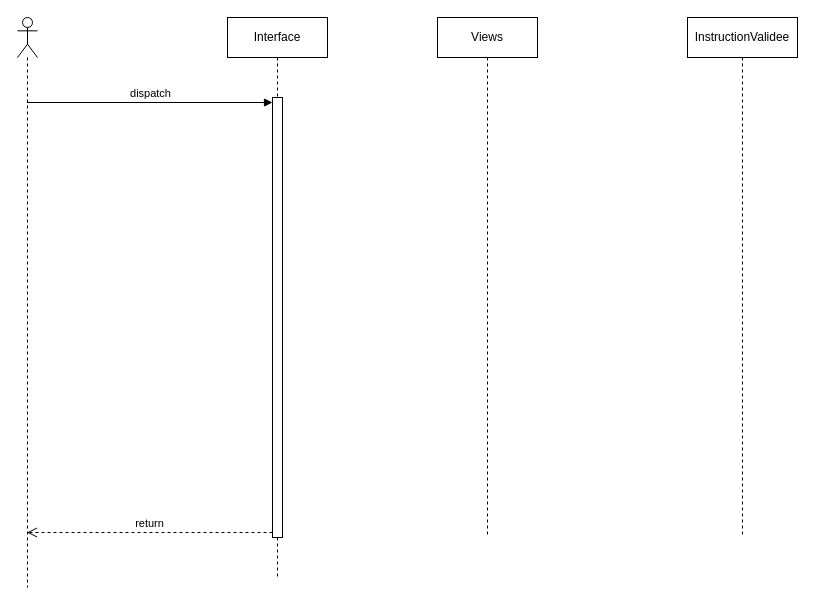
The draw.io diagram apporterMoeuvre_Seq.drawio in CabrelFeukeng/pp, before the edit. Source tidied: cells renumbered, new cells numbered last; positions are measured from the earlier drawing's top-left corner, leaving out a move shared by most shapes. Both pictures are drawn from the tidied source at 100%, with x=0, y=0 at pixel (17, 17).
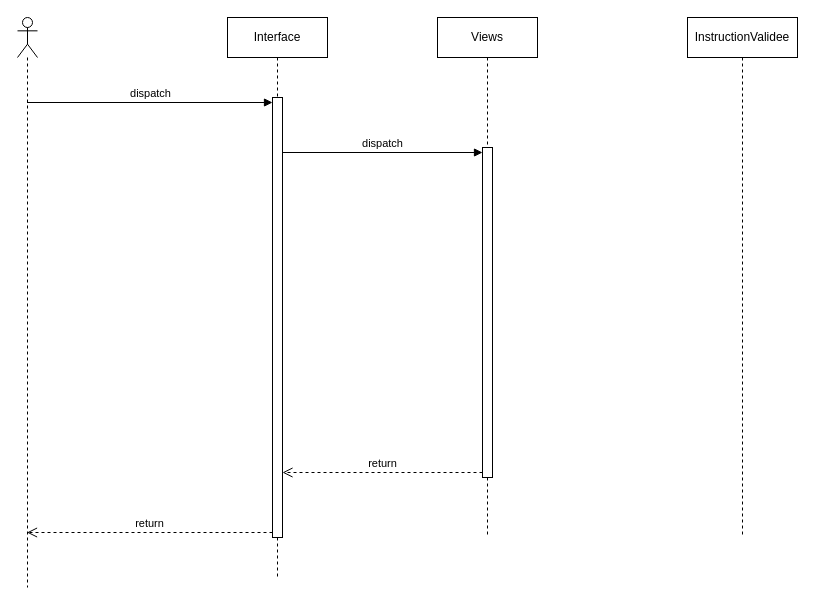
After the change.

Commit message (it also covers changes not shown here):
Mettre à jour apporterMoeuvre_Seq.drawio

Change to the diagram source:
```diff
@@
 <mxGraphModel>
   <root>
     <mxCell id="0" />
     <mxCell id="1" parent="0" />
     <mxCell id="2" style="shape=umlLifeline;perimeter=lifelinePerimeter;whiteSpace=wrap;html=1;outlineConnect=0;portConstraint=eastwest;newEdgeStyle={&quot;curved&quot;:0,&quot;rounded&quot;:0};participant=umlActor;" parent="1" vertex="1">
       <mxGeometry width="20" height="570" as="geometry" />
     </mxCell>
     <mxCell id="3" value="Interface" style="shape=umlLifeline;perimeter=lifelinePerimeter;whiteSpace=wrap;html=1;newEdgeStyle={&quot;curved&quot;:0,&quot;rounded&quot;:0};" parent="1" vertex="1">
       <mxGeometry x="210" width="100" height="560" as="geometry" />
     </mxCell>
     <mxCell id="4" style="html=1;points=[[0,0,0,0,5],[0,1,0,0,-5],[1,0,0,0,5],[1,1,0,0,-5]];perimeter=orthogonalPerimeter;outlineConnect=0;targetShapes=umlLifeline;portConstraint=eastwest;newEdgeStyle={&quot;curved&quot;:0,&quot;rounded&quot;:0};" parent="3" vertex="1">
       <mxGeometry x="45" y="80" width="10" height="440" as="geometry" />
     </mxCell>
     <mxCell id="5" value="Views" style="shape=umlLifeline;perimeter=lifelinePerimeter;whiteSpace=wrap;html=1;newEdgeStyle={&quot;curved&quot;:0,&quot;rounded&quot;:0};" parent="1" vertex="1">
       <mxGeometry x="420" width="100" height="520" as="geometry" />
     </mxCell>
+    <mxCell id="9" style="html=1;points=[[0,0,0,0,5],[0,1,0,0,-5],[1,0,0,0,5],[1,1,0,0,-5]];perimeter=orthogonalPerimeter;outlineConnect=0;targetShapes=umlLifeline;portConstraint=eastwest;newEdgeStyle={&quot;curved&quot;:0,&quot;rounded&quot;:0};" parent="5" vertex="1">
+      <mxGeometry x="45" y="130" width="10" height="330" as="geometry" />
+    </mxCell>
     <mxCell id="6" value="InstructionValidee" style="shape=umlLifeline;perimeter=lifelinePerimeter;whiteSpace=wrap;html=1;newEdgeStyle={&quot;curved&quot;:0,&quot;rounded&quot;:0};" parent="1" vertex="1">
       <mxGeometry x="670" width="110" height="520" as="geometry" />
     </mxCell>
     <mxCell id="7" value="dispatch" style="html=1;verticalAlign=bottom;endArrow=block;curved=0;rounded=0;entryX=0;entryY=0;entryDx=0;entryDy=5;" parent="1" edge="1" source="2" target="4">
       <mxGeometry relative="1" as="geometry" />
     </mxCell>
     <mxCell id="8" value="return" style="html=1;verticalAlign=bottom;endArrow=open;dashed=1;endSize=8;curved=0;rounded=0;exitX=0;exitY=1;exitDx=0;exitDy=-5;" parent="1" edge="1" source="4" target="2">
       <mxGeometry relative="1" as="geometry" />
     </mxCell>
+    <mxCell id="10" value="dispatch" style="html=1;verticalAlign=bottom;endArrow=block;curved=0;rounded=0;entryX=0;entryY=0;entryDx=0;entryDy=5;" parent="1" edge="1" source="4" target="9">
+      <mxGeometry relative="1" as="geometry" />
+    </mxCell>
+    <mxCell id="11" value="return" style="html=1;verticalAlign=bottom;endArrow=open;dashed=1;endSize=8;curved=0;rounded=0;exitX=0;exitY=1;exitDx=0;exitDy=-5;" parent="1" edge="1" source="9" target="4">
+      <mxGeometry relative="1" as="geometry" />
+    </mxCell>
   </root>
 </mxGraphModel>
```
